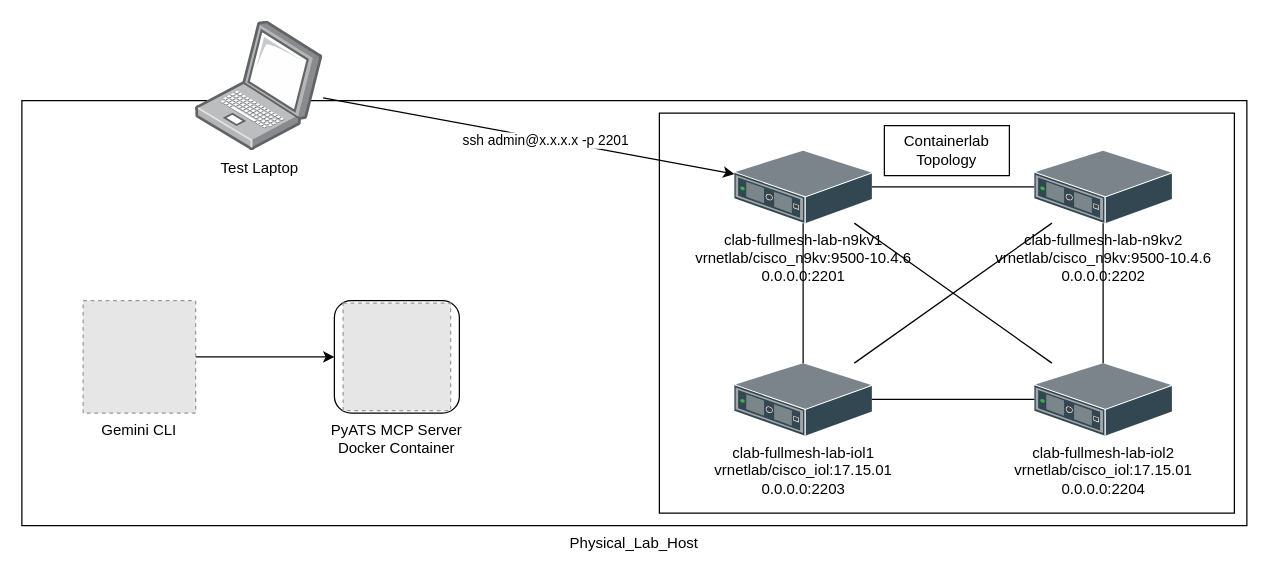
This is content/blog/001_networks_0009_pyats_using_ai/lab.drawio from amrelhusseiny/amrelhusseiny.github.io, a draw.io file, before an edit. Source tidied: cells renumbered, new cells numbered last; positions are measured from the earlier drawing's top-left corner, leaving out a move shared by most shapes. Both pictures are drawn from the tidied source at 125%, with x=0, y=0 at pixel (21, 21). Pictures stored in the file or linked from it are replaced by grey dashed boxes.
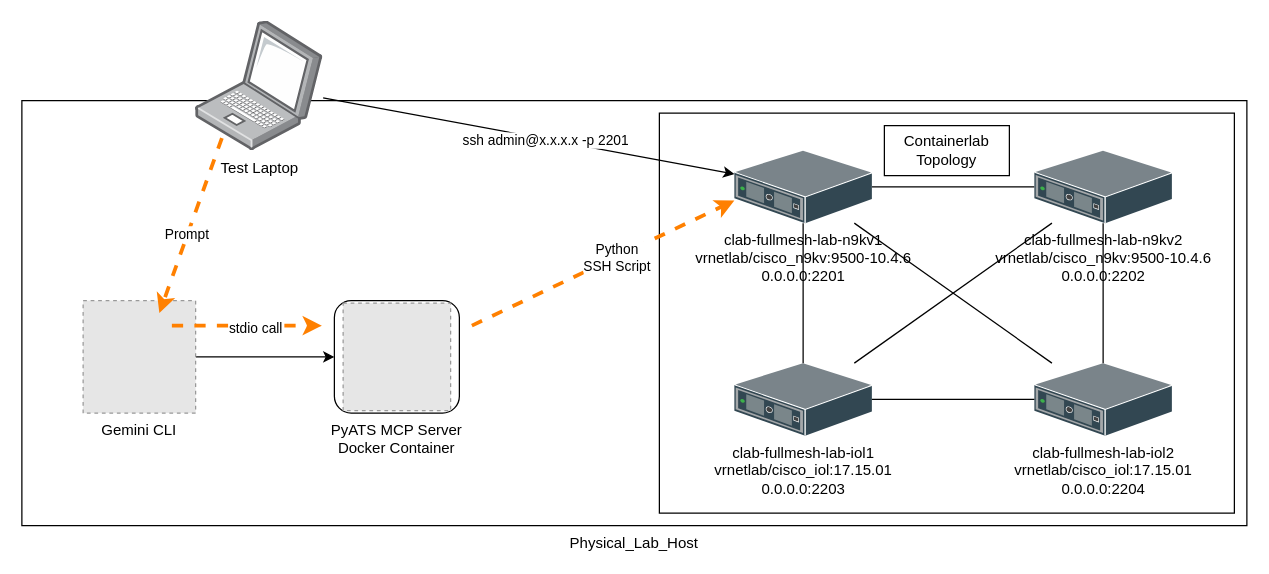
The same page after the edit.

Commit message (it also covers changes not shown here):
updated PyATS Diagram

Diff of the diagram source:
```diff
@@
+    <mxCell id="23" style="endArrow=classic;html=1;rounded=0;strokeWidth=3;strokeColor=#FF8000;dashed=1;" parent="1" edge="1">
+      <mxGeometry relative="1" as="geometry">
+        <mxPoint x="160" y="93" as="sourcePoint" />
+        <mxPoint x="110" y="233" as="targetPoint" />
+      </mxGeometry>
+    </mxCell>
+    <mxCell id="24" value="Prompt" style="edgeLabel;html=1;align=center;verticalAlign=middle;" parent="23" vertex="1">
+      <mxGeometry x="0.1" y="-1" relative="1" as="geometry" />
+    </mxCell>
+    <mxCell id="25" style="endArrow=classic;html=1;rounded=0;strokeWidth=3;strokeColor=#FF8000;dashed=1;" parent="1" edge="1">
+      <mxGeometry relative="1" as="geometry">
+        <mxPoint x="120" y="243" as="sourcePoint" />
+        <mxPoint x="240" y="243" as="targetPoint" />
+      </mxGeometry>
+    </mxCell>
+    <mxCell id="26" value="stdio call" style="edgeLabel;html=1;align=center;verticalAlign=middle;" parent="25" vertex="1">
+      <mxGeometry x="0.1" y="-1" relative="1" as="geometry" />
+    </mxCell>
+    <mxCell id="27" style="endArrow=classic;html=1;rounded=0;strokeWidth=3;strokeColor=#FF8000;dashed=1;" parent="1" edge="1">
+      <mxGeometry relative="1" as="geometry">
+        <mxPoint x="360" y="243" as="sourcePoint" />
+        <mxPoint x="570" y="143" as="targetPoint" />
+      </mxGeometry>
+    </mxCell>
+    <mxCell id="28" value="Python&lt;div&gt;SSH Script&lt;/div&gt;" style="edgeLabel;html=1;align=center;verticalAlign=middle;" parent="27" vertex="1">
+      <mxGeometry x="0.1" y="-1" relative="1" as="geometry" />
+    </mxCell>
```
